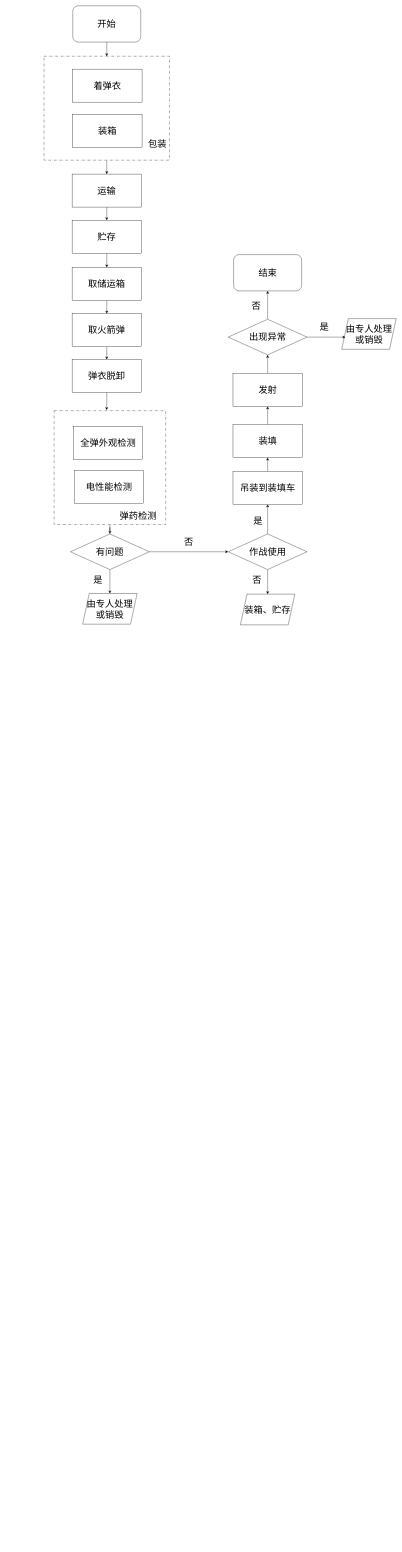
This is bre18.drawio from wan-wer/test, a draw.io file, before an edit. Source tidied: cells renumbered, new cells numbered last; positions are measured from the earlier drawing's top-left corner, leaving out a move shared by most shapes. Both pictures are drawn from the tidied source at 33%, with x=0, y=0 at pixel (44, 6).
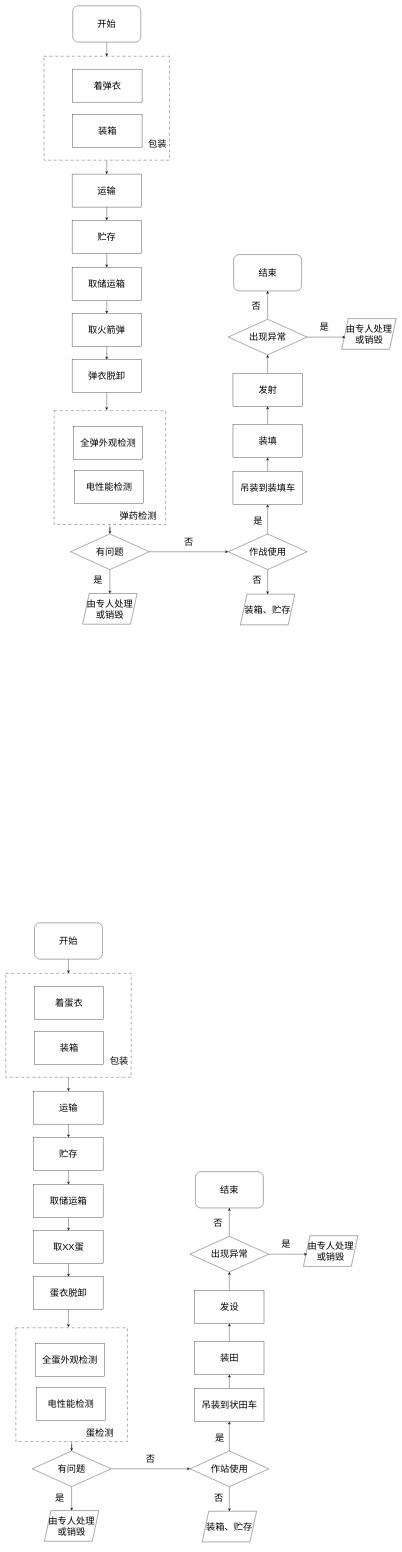
After the change.

Diff of the diagram source:
```diff
@@
+    <mxCell id="49" style="edgeStyle=orthogonalEdgeStyle;rounded=0;jettySize=auto;html=1;" parent="1" edge="1" source="50" target="67">
+      <mxGeometry relative="1" as="geometry" />
+    </mxCell>
+    <mxCell id="50" style="rounded=0;whiteSpace=wrap;html=1;fontSize=28;dashed=1;dashPattern=8 4 1 4;" parent="1" vertex="1">
+      <mxGeometry x="-85.5" y="4006" width="338" height="345" as="geometry" />
+    </mxCell>
+    <mxCell id="51" style="edgeStyle=orthogonalEdgeStyle;rounded=0;jettySize=auto;html=1;" parent="1" edge="1" source="52" target="56">
+      <mxGeometry relative="1" as="geometry" />
+    </mxCell>
+    <mxCell id="52" style="rounded=0;whiteSpace=wrap;html=1;fontSize=28;dashed=1;dashPattern=8 4 1 4;" parent="1" vertex="1">
+      <mxGeometry x="-116" y="2932" width="380" height="315" as="geometry" />
+    </mxCell>
+    <mxCell id="53" value="着蛋衣" style="rounded=0;whiteSpace=wrap;html=1;fontSize=28;" parent="1" vertex="1">
+      <mxGeometry x="-29" y="2971" width="210" height="100" as="geometry" />
+    </mxCell>
+    <mxCell id="54" value="装箱" style="rounded=0;whiteSpace=wrap;html=1;fontSize=28;" parent="1" vertex="1">
+      <mxGeometry x="-29" y="3108" width="210" height="100" as="geometry" />
+    </mxCell>
+    <mxCell id="55" style="edgeStyle=orthogonalEdgeStyle;rounded=0;jettySize=auto;html=1;" parent="1" edge="1" source="56" target="58">
+      <mxGeometry relative="1" as="geometry" />
+    </mxCell>
+    <mxCell id="56" value="运输" style="rounded=0;whiteSpace=wrap;html=1;fontSize=28;" parent="1" vertex="1">
+      <mxGeometry x="-31" y="3289" width="210" height="100" as="geometry" />
+    </mxCell>
+    <mxCell id="57" style="edgeStyle=orthogonalEdgeStyle;rounded=0;jettySize=auto;html=1;" parent="1" edge="1" source="58" target="60">
+      <mxGeometry relative="1" as="geometry" />
+    </mxCell>
+    <mxCell id="58" value="贮存" style="rounded=0;whiteSpace=wrap;html=1;fontSize=28;" parent="1" vertex="1">
+      <mxGeometry x="-31" y="3429" width="210" height="100" as="geometry" />
+    </mxCell>
+    <mxCell id="59" style="edgeStyle=orthogonalEdgeStyle;rounded=0;jettySize=auto;html=1;" parent="1" edge="1" source="60" target="62">
+      <mxGeometry relative="1" as="geometry" />
+    </mxCell>
+    <mxCell id="60" value="取储运箱" style="rounded=0;whiteSpace=wrap;html=1;fontSize=28;" parent="1" vertex="1">
+      <mxGeometry x="-31" y="3572" width="210" height="100" as="geometry" />
+    </mxCell>
+    <mxCell id="61" style="edgeStyle=orthogonalEdgeStyle;rounded=0;jettySize=auto;html=1;" parent="1" edge="1" source="62" target="70">
+      <mxGeometry relative="1" as="geometry" />
+    </mxCell>
+    <mxCell id="62" value="取XX蛋" style="rounded=0;whiteSpace=wrap;html=1;fontSize=28;" parent="1" vertex="1">
+      <mxGeometry x="-31" y="3712" width="210" height="100" as="geometry" />
+    </mxCell>
+    <mxCell id="63" value="全蛋外观检测" style="rounded=0;whiteSpace=wrap;html=1;fontSize=28;" parent="1" vertex="1">
+      <mxGeometry x="-27" y="4054" width="210" height="100" as="geometry" />
+    </mxCell>
+    <mxCell id="64" value="电性能检测" style="rounded=0;whiteSpace=wrap;html=1;fontSize=28;" parent="1" vertex="1">
+      <mxGeometry x="-24" y="4188" width="210" height="100" as="geometry" />
+    </mxCell>
+    <mxCell id="65" style="edgeStyle=orthogonalEdgeStyle;rounded=0;jettySize=auto;html=1;" parent="1" edge="1" source="67" target="68">
+      <mxGeometry relative="1" as="geometry" />
+    </mxCell>
+    <mxCell id="66" style="edgeStyle=orthogonalEdgeStyle;rounded=0;jettySize=auto;html=1;entryX=0;entryY=0.5;entryDx=0;entryDy=0;" parent="1" edge="1" source="67" target="73">
+      <mxGeometry relative="1" as="geometry" />
+    </mxCell>
+    <mxCell id="67" value="&lt;font style=&quot;font-size: 28px;&quot;&gt;有问题&lt;/font&gt;" style="rhombus;whiteSpace=wrap;html=1;" parent="1" vertex="1">
+      <mxGeometry x="-36" y="4379.5" width="239" height="108" as="geometry" />
+    </mxCell>
+    <mxCell id="68" value="&lt;p class=&quot;MsoNormal&quot;&gt;&lt;font face=&quot;Helvetica&quot;&gt;由专人处理或销毁&lt;/font&gt;&lt;/p&gt;" style="shape=parallelogram;perimeter=parallelogramPerimeter;whiteSpace=wrap;html=1;fixedSize=1;fontSize=28;" parent="1" vertex="1">
+      <mxGeometry x="1" y="4560" width="165" height="93" as="geometry" />
+    </mxCell>
+    <mxCell id="69" value="&lt;p class=&quot;MsoNormal&quot;&gt;&lt;span style=&quot;background-color: transparent; color: light-dark(rgb(0, 0, 0), rgb(255, 255, 255));&quot;&gt;&lt;font&gt;装箱、贮存&lt;/font&gt;&lt;/span&gt;&lt;/p&gt;" style="shape=parallelogram;perimeter=parallelogramPerimeter;whiteSpace=wrap;html=1;fixedSize=1;fontSize=28;fontFamily=Helvetica;" parent="1" vertex="1">
+      <mxGeometry x="479" y="4562" width="165" height="93" as="geometry" />
+    </mxCell>
+    <mxCell id="70" value="蛋衣脱卸" style="rounded=0;whiteSpace=wrap;html=1;fontSize=28;" parent="1" vertex="1">
+      <mxGeometry x="-31" y="3851" width="210" height="100" as="geometry" />
+    </mxCell>
+    <mxCell id="71" style="edgeStyle=orthogonalEdgeStyle;rounded=0;jettySize=auto;html=1;" parent="1" edge="1" source="73" target="69">
+      <mxGeometry relative="1" as="geometry" />
+    </mxCell>
+    <mxCell id="72" style="edgeStyle=orthogonalEdgeStyle;rounded=0;jettySize=auto;html=1;entryX=0.5;entryY=1;entryDx=0;entryDy=0;" parent="1" edge="1" source="73" target="75">
+      <mxGeometry relative="1" as="geometry" />
+    </mxCell>
+    <mxCell id="73" value="&lt;font style=&quot;font-size: 28px;&quot;&gt;作站使用&lt;/font&gt;" style="rhombus;whiteSpace=wrap;html=1;" parent="1" vertex="1">
+      <mxGeometry x="442" y="4379.5" width="239" height="108" as="geometry" />
+    </mxCell>
+    <mxCell id="74" style="edgeStyle=orthogonalEdgeStyle;rounded=0;jettySize=auto;html=1;" parent="1" edge="1" source="75" target="77">
+      <mxGeometry relative="1" as="geometry" />
+    </mxCell>
+    <mxCell id="75" value="吊装到状田车" style="rounded=0;whiteSpace=wrap;html=1;fontSize=28;" parent="1" vertex="1">
+      <mxGeometry x="456.5" y="4190" width="210" height="100" as="geometry" />
+    </mxCell>
+    <mxCell id="76" style="edgeStyle=orthogonalEdgeStyle;rounded=0;jettySize=auto;html=1;" parent="1" edge="1" source="77" target="79">
+      <mxGeometry relative="1" as="geometry" />
+    </mxCell>
+    <mxCell id="77" value="装田" style="rounded=0;whiteSpace=wrap;html=1;fontSize=28;" parent="1" vertex="1">
+      <mxGeometry x="456.5" y="4048" width="210" height="100" as="geometry" />
+    </mxCell>
+    <mxCell id="78" style="edgeStyle=orthogonalEdgeStyle;rounded=0;jettySize=auto;html=1;" parent="1" edge="1" source="79" target="81">
+      <mxGeometry relative="1" as="geometry" />
+    </mxCell>
+    <mxCell id="79" value="发设" style="rounded=0;whiteSpace=wrap;html=1;fontSize=28;" parent="1" vertex="1">
+      <mxGeometry x="456.5" y="3893" width="210" height="100" as="geometry" />
+    </mxCell>
+    <mxCell id="80" style="edgeStyle=orthogonalEdgeStyle;rounded=0;jettySize=auto;html=1;" parent="1" edge="1" source="81" target="85">
+      <mxGeometry relative="1" as="geometry" />
+    </mxCell>
+    <mxCell id="81" value="&lt;span style=&quot;font-size: 28px;&quot;&gt;出现异常&lt;/span&gt;" style="rhombus;whiteSpace=wrap;html=1;" parent="1" vertex="1">
+      <mxGeometry x="442" y="3729" width="239" height="108" as="geometry" />
+    </mxCell>
+    <mxCell id="82" value="&lt;p class=&quot;MsoNormal&quot;&gt;&lt;span style=&quot;&quot;&gt;由专人处理或销毁&lt;/span&gt;&lt;/p&gt;" style="shape=parallelogram;perimeter=parallelogramPerimeter;whiteSpace=wrap;html=1;fixedSize=1;fontSize=28;fontFamily=Helvetica;" parent="1" vertex="1">
+      <mxGeometry x="786" y="3727" width="165" height="93" as="geometry" />
+    </mxCell>
+    <mxCell id="83" style="edgeStyle=orthogonalEdgeStyle;rounded=0;jettySize=auto;html=1;entryX=0.5;entryY=0;entryDx=0;entryDy=0;" parent="1" edge="1" source="84" target="52">
+      <mxGeometry relative="1" as="geometry" />
+    </mxCell>
+    <mxCell id="84" value="&lt;font style=&quot;font-size: 28px;&quot;&gt;开始&lt;/font&gt;" style="rounded=1;whiteSpace=wrap;html=1;" parent="1" vertex="1">
+      <mxGeometry x="-29" y="2779" width="206" height="110" as="geometry" />
+    </mxCell>
+    <mxCell id="85" value="&lt;font style=&quot;font-size: 28px;&quot;&gt;结束&lt;/font&gt;" style="rounded=1;whiteSpace=wrap;html=1;" parent="1" vertex="1">
+      <mxGeometry x="458.5" y="3533" width="206" height="110" as="geometry" />
+    </mxCell>
+    <mxCell id="86" value="&lt;font style=&quot;font-size: 28px;&quot;&gt;包装&lt;/font&gt;" style="text;html=1;align=center;verticalAlign=middle;whiteSpace=wrap;rounded=0;fillColor=default;" parent="1" vertex="1">
+      <mxGeometry x="195.5" y="3187" width="63" height="21" as="geometry" />
+    </mxCell>
+    <mxCell id="87" value="&lt;font style=&quot;font-size: 28px;&quot;&gt;蛋检测&lt;/font&gt;" style="text;html=1;align=center;verticalAlign=middle;whiteSpace=wrap;rounded=0;" parent="1" vertex="1">
+      <mxGeometry x="86.5" y="4288" width="164" height="73" as="geometry" />
+    </mxCell>
+    <mxCell id="88" value="&lt;font style=&quot;font-size: 28px;&quot;&gt;是&lt;/font&gt;" style="text;html=1;align=center;verticalAlign=middle;whiteSpace=wrap;rounded=0;" parent="1" vertex="1">
+      <mxGeometry x="27" y="4491" width="41" height="57" as="geometry" />
+    </mxCell>
+    <mxCell id="89" value="&lt;font style=&quot;font-size: 28px;&quot;&gt;否&lt;/font&gt;" style="text;html=1;align=center;verticalAlign=middle;whiteSpace=wrap;rounded=0;" parent="1" vertex="1">
+      <mxGeometry x="302" y="4375" width="41" height="57" as="geometry" />
+    </mxCell>
+    <mxCell id="90" value="&lt;font style=&quot;font-size: 28px;&quot;&gt;否&lt;/font&gt;" style="text;html=1;align=center;verticalAlign=middle;whiteSpace=wrap;rounded=0;" parent="1" vertex="1">
+      <mxGeometry x="509" y="4491" width="41" height="57" as="geometry" />
+    </mxCell>
+    <mxCell id="91" value="&lt;font style=&quot;font-size: 28px;&quot;&gt;是&lt;/font&gt;" style="text;html=1;align=center;verticalAlign=middle;whiteSpace=wrap;rounded=0;" parent="1" vertex="1">
+      <mxGeometry x="713" y="3723" width="41" height="57" as="geometry" />
+    </mxCell>
+    <mxCell id="92" value="&lt;font style=&quot;font-size: 28px;&quot;&gt;否&lt;/font&gt;" style="text;html=1;align=center;verticalAlign=middle;whiteSpace=wrap;rounded=0;" parent="1" vertex="1">
+      <mxGeometry x="507" y="3660" width="41" height="57" as="geometry" />
+    </mxCell>
+    <mxCell id="93" style="edgeStyle=orthogonalEdgeStyle;rounded=0;jettySize=auto;html=1;entryX=0.471;entryY=-0.005;entryDx=0;entryDy=0;entryPerimeter=0;" parent="1" edge="1" source="70" target="50">
+      <mxGeometry relative="1" as="geometry" />
+    </mxCell>
+    <mxCell id="94" value="&lt;font style=&quot;font-size: 28px;&quot;&gt;是&lt;/font&gt;" style="text;html=1;align=center;verticalAlign=middle;whiteSpace=wrap;rounded=0;" parent="1" vertex="1">
+      <mxGeometry x="512" y="4311" width="41" height="57" as="geometry" />
+    </mxCell>
+    <mxCell id="95" style="edgeStyle=orthogonalEdgeStyle;rounded=0;jettySize=auto;html=1;entryX=0.068;entryY=0.604;entryDx=0;entryDy=0;entryPerimeter=0;" parent="1" edge="1" source="81" target="82">
+      <mxGeometry relative="1" as="geometry" />
+    </mxCell>
```
